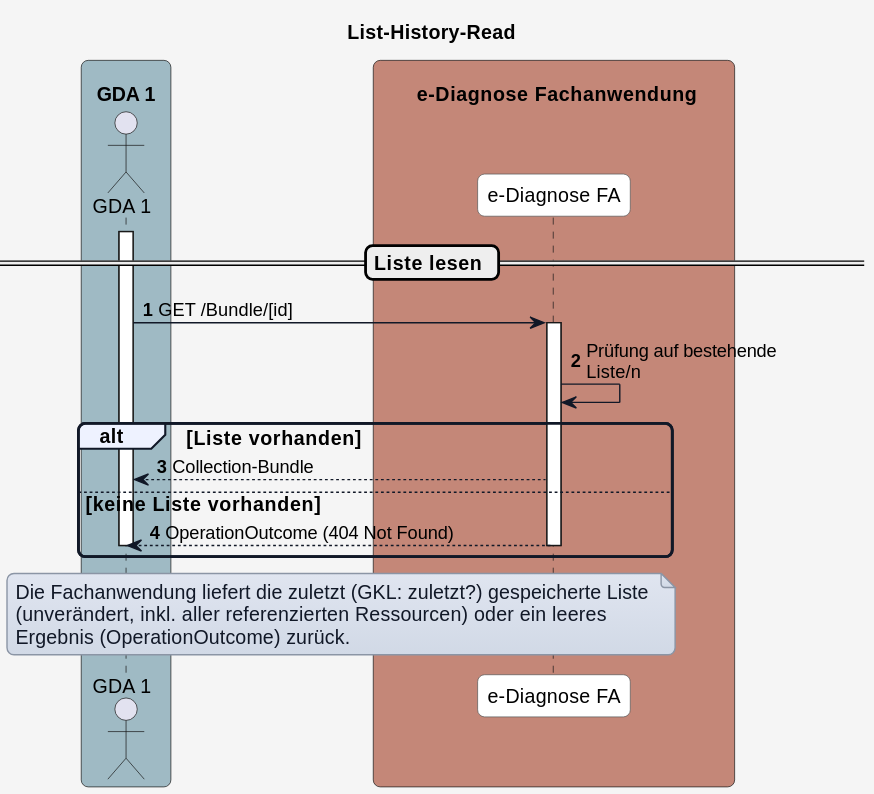
Above: input/images/plantuml/diagram_planhistoryread.svg in HL7Austria/ELGA-e-Diagnose-R4 (PlantUML), before the change.
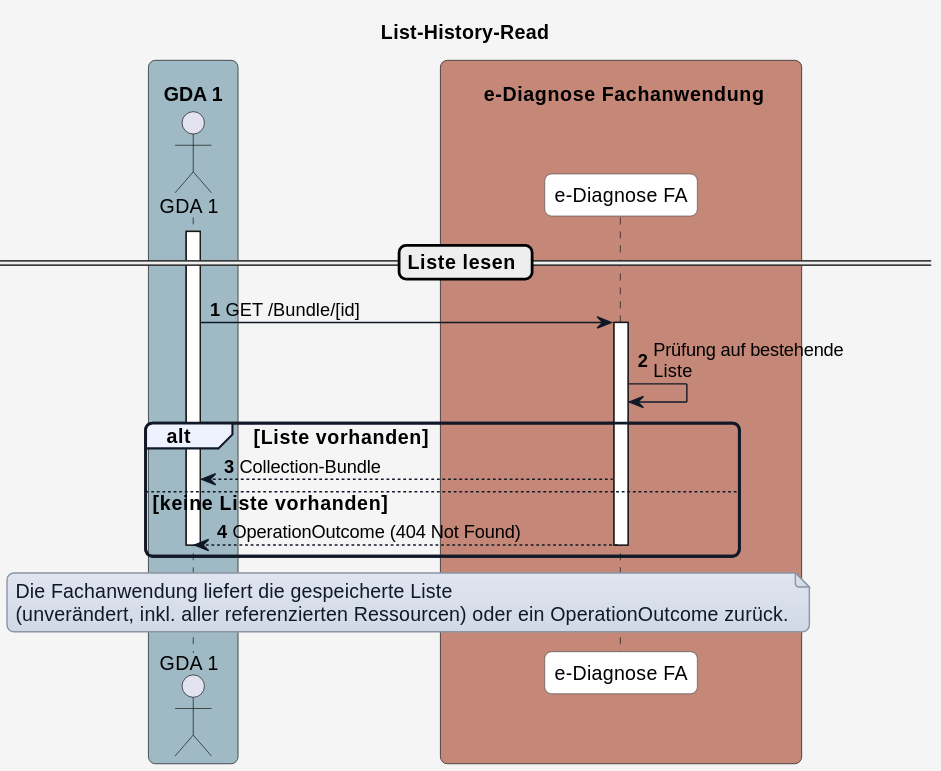
Above is the later version.

Diff of the diagram source:
```diff
@@ -61,7 +61,7 @@
 
 
 activate eDiag_FA
-eDiag_FA -> eDiag_FA: Prüfung auf bestehende\nListe/n
+eDiag_FA -> eDiag_FA: Prüfung auf bestehende\nListe
 
 alt Liste vorhanden
   eDiag_FA --> GDA_1: Collection-Bundle
@@ -72,8 +72,7 @@
 end
 
 note over GDA_1, eDiag_FA
-Die Fachanwendung liefert die zuletzt (GKL: zuletzt?) gespeicherte Liste
-(unverändert, inkl. aller referenzierten Ressourcen) oder ein leeres
-Ergebnis (OperationOutcome) zurück.
+Die Fachanwendung liefert die gespeicherte Liste
+(unverändert, inkl. aller referenzierten Ressourcen) oder ein OperationOutcome zurück.
 end note
 @enduml
```
